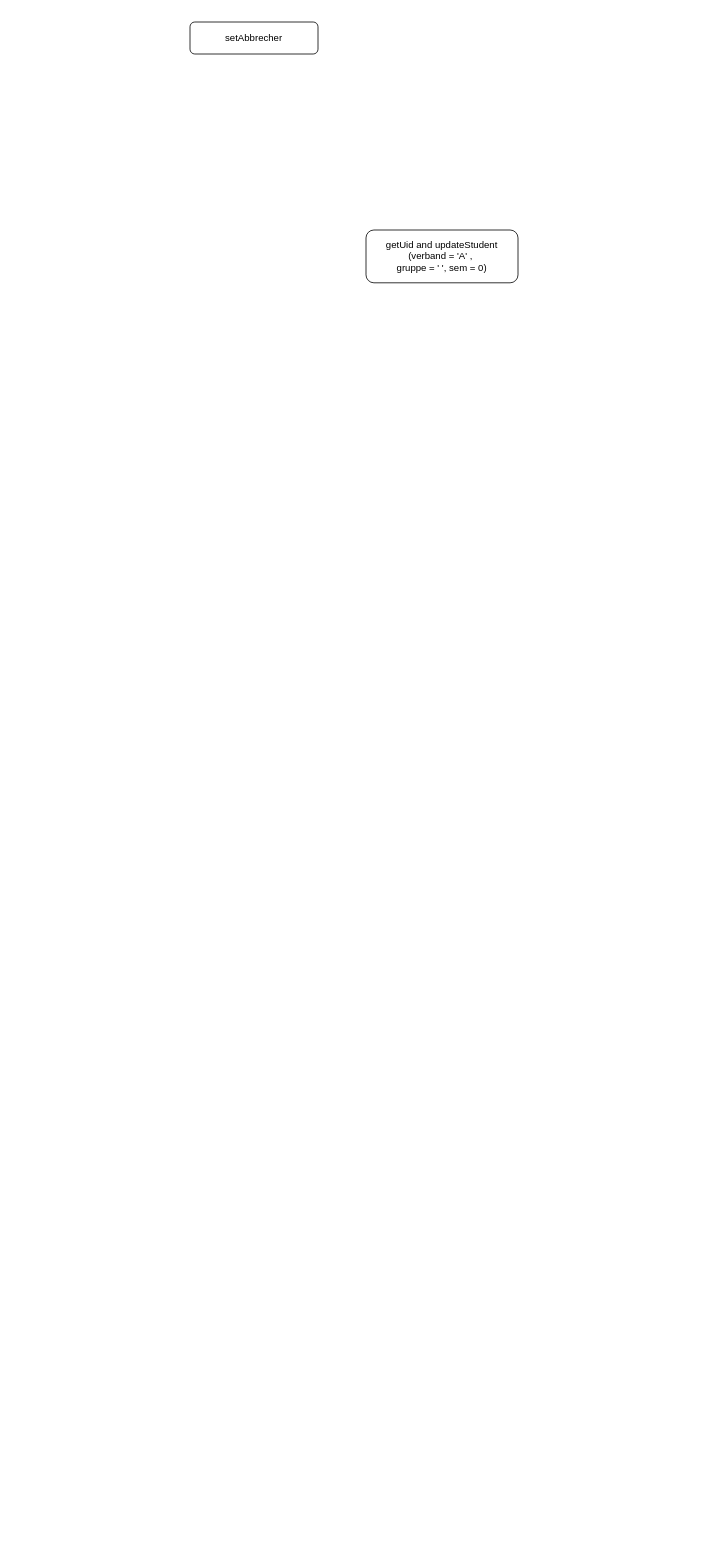
The draw.io diagram page "setAbbrecher" (7 of 8) of StudentRollen.drawio in ma0068/GitDoks, before the edit. Source tidied: cells renumbered, new cells numbered last; positions are measured from the earlier drawing's top-left corner, leaving out a move shared by most shapes. Both pictures are drawn from the tidied source at 80%, with x=0, y=0 at pixel (190, 22).
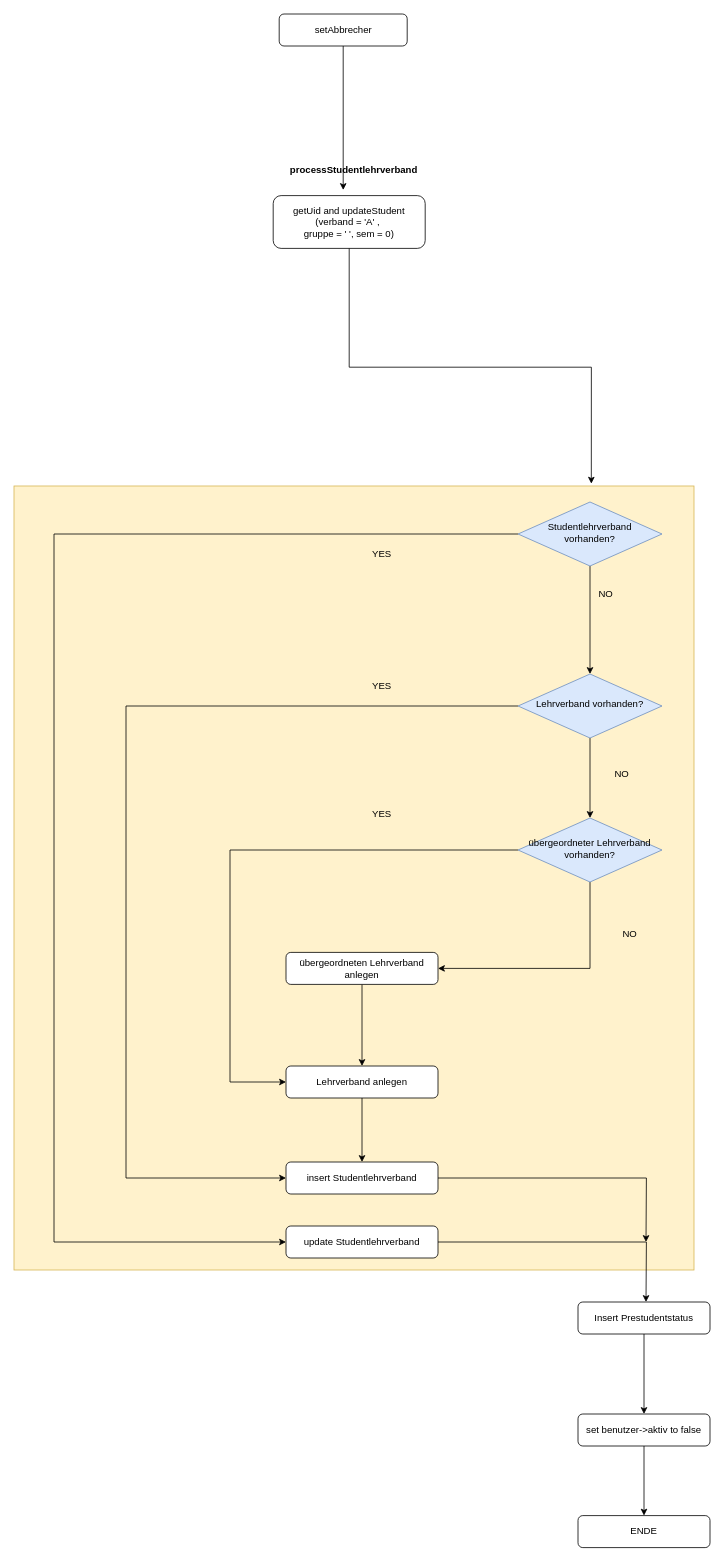
Above is the later version.

Change to the diagram source:
```diff
@@
+    <mxCell id="4" style="edgeStyle=orthogonalEdgeStyle;rounded=0;jettySize=auto;html=1;" parent="1" edge="1" source="2">
+      <mxGeometry relative="1" as="geometry">
+        <mxPoint x="191.5" y="210" as="targetPoint" />
+      </mxGeometry>
+    </mxCell>
     <mxCell id="2" value="setAbbrecher" style="rounded=1;whiteSpace=wrap;html=1;fontSize=12;glass=0;strokeWidth=1;shadow=0;" parent="1" vertex="1">
-      <mxGeometry width="160" height="40" as="geometry" />
+      <mxGeometry x="111.5" y="-10" width="160" height="40" as="geometry" />
     </mxCell>
+    <mxCell id="5" style="rounded=0;whiteSpace=wrap;html=1;fillColor=#fff2cc;strokeColor=#d6b656;" parent="1" vertex="1">
+      <mxGeometry x="-220" y="580" width="850" height="980" as="geometry" />
+    </mxCell>
+    <mxCell id="6" value="ENDE" style="rounded=1;whiteSpace=wrap;html=1;fontSize=12;glass=0;strokeWidth=1;shadow=0;" parent="1" vertex="1">
+      <mxGeometry x="485" y="1867" width="165" height="40" as="geometry" />
+    </mxCell>
+    <mxCell id="7" style="edgeStyle=orthogonalEdgeStyle;rounded=0;jettySize=auto;html=1;entryX=0.5;entryY=0;entryDx=0;entryDy=0;" parent="1" edge="1" source="9" target="18">
+      <mxGeometry relative="1" as="geometry" />
+    </mxCell>
+    <mxCell id="8" style="edgeStyle=orthogonalEdgeStyle;rounded=0;jettySize=auto;html=1;entryX=0;entryY=0.5;entryDx=0;entryDy=0;" parent="1" edge="1" source="9" target="20">
+      <mxGeometry relative="1" as="geometry">
+        <Array as="points">
+          <mxPoint x="-170" y="640" />
+          <mxPoint x="-170" y="1525" />
+        </Array>
+      </mxGeometry>
+    </mxCell>
+    <mxCell id="9" value="&lt;div&gt;Studentlehrverband&lt;/div&gt;&lt;div&gt;vorhanden?&lt;/div&gt;" style="rhombus;whiteSpace=wrap;html=1;shadow=0;fontFamily=Helvetica;fontSize=12;align=center;strokeWidth=1;spacing=6;spacingTop=-4;fillColor=#dae8fc;strokeColor=#6c8ebf;" parent="1" vertex="1">
+      <mxGeometry x="410" y="600" width="180" height="80" as="geometry" />
+    </mxCell>
+    <mxCell id="10" value="YES" style="text;html=1;align=center;verticalAlign=middle;whiteSpace=wrap;rounded=0;" parent="1" vertex="1">
+      <mxGeometry x="210" y="650" width="60" height="30" as="geometry" />
+    </mxCell>
+    <mxCell id="11" value="NO" style="text;html=1;align=center;verticalAlign=middle;whiteSpace=wrap;rounded=0;" parent="1" vertex="1">
+      <mxGeometry x="510" y="925" width="60" height="30" as="geometry" />
+    </mxCell>
+    <mxCell id="12" style="edgeStyle=orthogonalEdgeStyle;rounded=0;jettySize=auto;html=1;exitX=0;exitY=0.5;exitDx=0;exitDy=0;entryX=0;entryY=0.5;entryDx=0;entryDy=0;" parent="1" edge="1" source="14" target="24">
+      <mxGeometry relative="1" as="geometry">
+        <Array as="points">
+          <mxPoint x="50" y="1035" />
+          <mxPoint x="50" y="1325" />
+        </Array>
+      </mxGeometry>
+    </mxCell>
+    <mxCell id="13" style="edgeStyle=orthogonalEdgeStyle;rounded=0;jettySize=auto;html=1;exitX=0.5;exitY=1;exitDx=0;exitDy=0;entryX=1;entryY=0.5;entryDx=0;entryDy=0;" parent="1" edge="1" source="14" target="27">
+      <mxGeometry relative="1" as="geometry" />
+    </mxCell>
+    <mxCell id="14" value="übergeordneter Lehrverband vorhanden?" style="rhombus;whiteSpace=wrap;html=1;shadow=0;fontFamily=Helvetica;fontSize=12;align=center;strokeWidth=1;spacing=6;spacingTop=-4;fillColor=#dae8fc;strokeColor=#6c8ebf;" parent="1" vertex="1">
+      <mxGeometry x="410" y="995" width="180" height="80" as="geometry" />
+    </mxCell>
+    <mxCell id="15" value="YES" style="text;html=1;align=center;verticalAlign=middle;whiteSpace=wrap;rounded=0;" parent="1" vertex="1">
+      <mxGeometry x="210" y="815" width="60" height="30" as="geometry" />
+    </mxCell>
+    <mxCell id="16" style="edgeStyle=orthogonalEdgeStyle;rounded=0;jettySize=auto;html=1;entryX=0.5;entryY=0;entryDx=0;entryDy=0;" parent="1" edge="1" source="18" target="14">
+      <mxGeometry relative="1" as="geometry" />
+    </mxCell>
+    <mxCell id="17" style="edgeStyle=orthogonalEdgeStyle;rounded=0;jettySize=auto;html=1;" parent="1" edge="1" source="18" target="22">
+      <mxGeometry relative="1" as="geometry">
+        <Array as="points">
+          <mxPoint x="-80" y="855" />
+          <mxPoint x="-80" y="1445" />
+        </Array>
+      </mxGeometry>
+    </mxCell>
+    <mxCell id="18" value="Lehrverband vorhanden?" style="rhombus;whiteSpace=wrap;html=1;shadow=0;fontFamily=Helvetica;fontSize=12;align=center;strokeWidth=1;spacing=6;spacingTop=-4;fillColor=#dae8fc;strokeColor=#6c8ebf;" parent="1" vertex="1">
+      <mxGeometry x="410" y="815" width="180" height="80" as="geometry" />
+    </mxCell>
+    <mxCell id="19" value="NO" style="text;html=1;align=center;verticalAlign=middle;whiteSpace=wrap;rounded=0;" parent="1" vertex="1">
+      <mxGeometry x="490" y="700" width="60" height="30" as="geometry" />
+    </mxCell>
+    <mxCell id="20" value="update Studentlehrverband" style="rounded=1;whiteSpace=wrap;html=1;fontSize=12;glass=0;strokeWidth=1;shadow=0;" parent="1" vertex="1">
+      <mxGeometry x="120" y="1505" width="190" height="40" as="geometry" />
+    </mxCell>
+    <mxCell id="21" style="edgeStyle=orthogonalEdgeStyle;rounded=0;jettySize=auto;html=1;" parent="1" edge="1" source="22">
+      <mxGeometry relative="1" as="geometry">
+        <mxPoint x="570" y="1525" as="targetPoint" />
+      </mxGeometry>
+    </mxCell>
+    <mxCell id="22" value="insert Studentlehrverband" style="rounded=1;whiteSpace=wrap;html=1;fontSize=12;glass=0;strokeWidth=1;shadow=0;" parent="1" vertex="1">
+      <mxGeometry x="120" y="1425" width="190" height="40" as="geometry" />
+    </mxCell>
+    <mxCell id="23" style="edgeStyle=orthogonalEdgeStyle;rounded=0;jettySize=auto;html=1;entryX=0.5;entryY=0;entryDx=0;entryDy=0;" parent="1" edge="1" source="24" target="22">
+      <mxGeometry relative="1" as="geometry" />
+    </mxCell>
+    <mxCell id="24" value="Lehrverband anlegen" style="rounded=1;whiteSpace=wrap;html=1;fontSize=12;glass=0;strokeWidth=1;shadow=0;" parent="1" vertex="1">
+      <mxGeometry x="120" y="1305" width="190" height="40" as="geometry" />
+    </mxCell>
+    <mxCell id="25" value="YES" style="text;html=1;align=center;verticalAlign=middle;whiteSpace=wrap;rounded=0;" parent="1" vertex="1">
+      <mxGeometry x="210" y="975" width="60" height="30" as="geometry" />
+    </mxCell>
+    <mxCell id="26" style="edgeStyle=orthogonalEdgeStyle;rounded=0;jettySize=auto;html=1;entryX=0.5;entryY=0;entryDx=0;entryDy=0;" parent="1" edge="1" source="27" target="24">
+      <mxGeometry relative="1" as="geometry" />
+    </mxCell>
+    <mxCell id="27" value="übergeordneten Lehrverband anlegen" style="rounded=1;whiteSpace=wrap;html=1;fontSize=12;glass=0;strokeWidth=1;shadow=0;" parent="1" vertex="1">
+      <mxGeometry x="120" y="1163" width="190" height="40" as="geometry" />
+    </mxCell>
+    <mxCell id="28" value="NO" style="text;html=1;align=center;verticalAlign=middle;whiteSpace=wrap;rounded=0;" parent="1" vertex="1">
+      <mxGeometry x="520" y="1125" width="60" height="30" as="geometry" />
+    </mxCell>
+    <mxCell id="29" style="edgeStyle=orthogonalEdgeStyle;rounded=0;jettySize=auto;html=1;" parent="1" edge="1" source="20">
+      <mxGeometry relative="1" as="geometry">
+        <mxPoint x="570" y="1600" as="targetPoint" />
+      </mxGeometry>
+    </mxCell>
+    <mxCell id="30" value="processStudentlehrverband" style="text;html=1;align=center;verticalAlign=middle;whiteSpace=wrap;rounded=0;fontStyle=1;" parent="1" vertex="1">
+      <mxGeometry x="175" y="170" width="60" height="30" as="geometry" />
+    </mxCell>
     <mxCell id="3" value="&lt;div&gt;getUid and updateStudent &lt;br&gt;&lt;/div&gt;&lt;div&gt;(verband = 'A' ,&amp;nbsp;&lt;/div&gt;&lt;div&gt;gruppe = ' ', sem = 0)&lt;br&gt;&lt;/div&gt;" style="rounded=1;whiteSpace=wrap;html=1;fontSize=12;glass=0;strokeWidth=1;shadow=0;" parent="1" vertex="1">
-      <mxGeometry x="220" y="260" width="190" height="66" as="geometry" />
+      <mxGeometry x="104" y="217" width="190" height="66" as="geometry" />
     </mxCell>
+    <mxCell id="31" style="edgeStyle=orthogonalEdgeStyle;rounded=0;jettySize=auto;html=1;entryX=0.5;entryY=0;entryDx=0;entryDy=0;" parent="1" edge="1" source="32" target="6">
+      <mxGeometry relative="1" as="geometry" />
+    </mxCell>
+    <mxCell id="32" value="set benutzer-&amp;gt;aktiv to false" style="rounded=1;whiteSpace=wrap;html=1;fontSize=12;glass=0;strokeWidth=1;shadow=0;" parent="1" vertex="1">
+      <mxGeometry x="485" y="1740" width="165" height="40" as="geometry" />
+    </mxCell>
+    <mxCell id="33" style="edgeStyle=orthogonalEdgeStyle;rounded=0;jettySize=auto;html=1;" parent="1" edge="1" source="34" target="32">
+      <mxGeometry relative="1" as="geometry" />
+    </mxCell>
+    <mxCell id="34" value="Insert Prestudentstatus" style="rounded=1;whiteSpace=wrap;html=1;fontSize=12;glass=0;strokeWidth=1;shadow=0;" parent="1" vertex="1">
+      <mxGeometry x="485" y="1600" width="165" height="40" as="geometry" />
+    </mxCell>
+    <mxCell id="35" style="edgeStyle=orthogonalEdgeStyle;rounded=0;jettySize=auto;html=1;entryX=0.849;entryY=-0.003;entryDx=0;entryDy=0;entryPerimeter=0;" parent="1" edge="1" source="3" target="5">
+      <mxGeometry relative="1" as="geometry" />
+    </mxCell>
```
